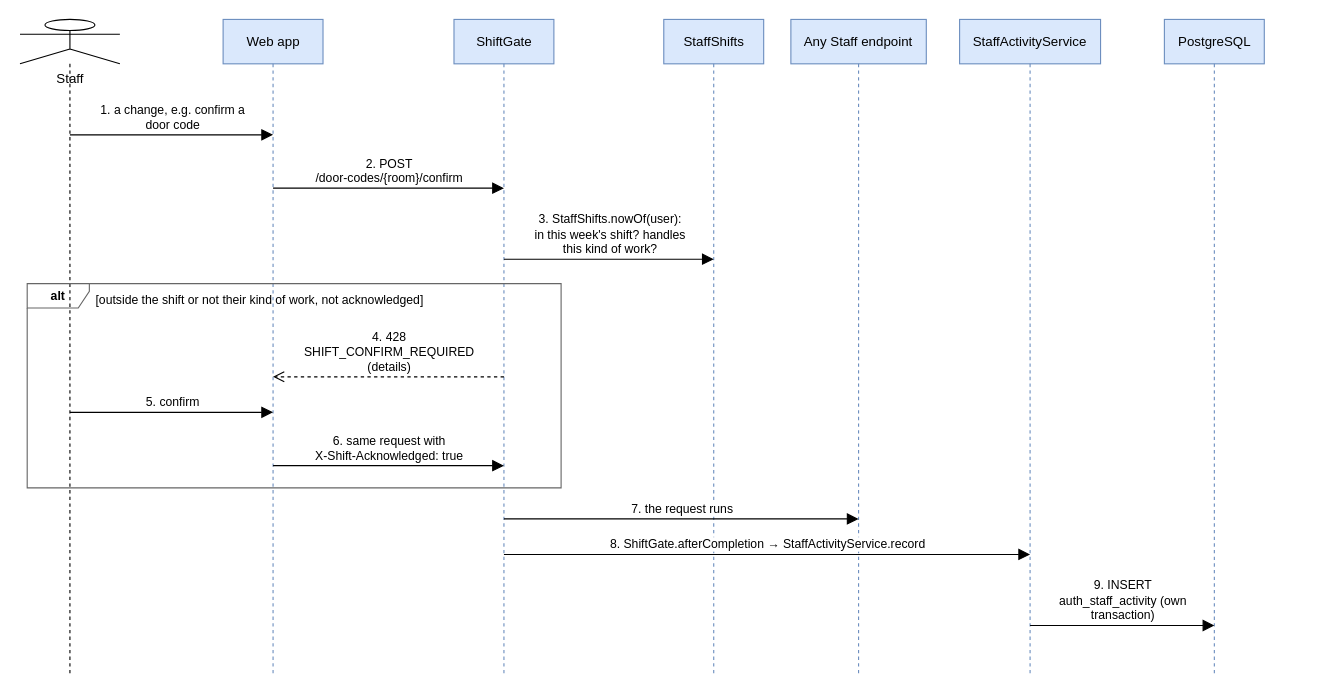
Earlier version of the draw.io diagram docs/Diagrams/07_Sequence/seq-21-staff-shift-gate.drawio (tisou47/CampusStay-FPT). Source tidied: cells renumbered, new cells numbered last; positions are measured from the earlier drawing's top-left corner, leaving out a move shared by most shapes. Both pictures are drawn from the tidied source at 111%, with x=0, y=0 at pixel (20, 19).
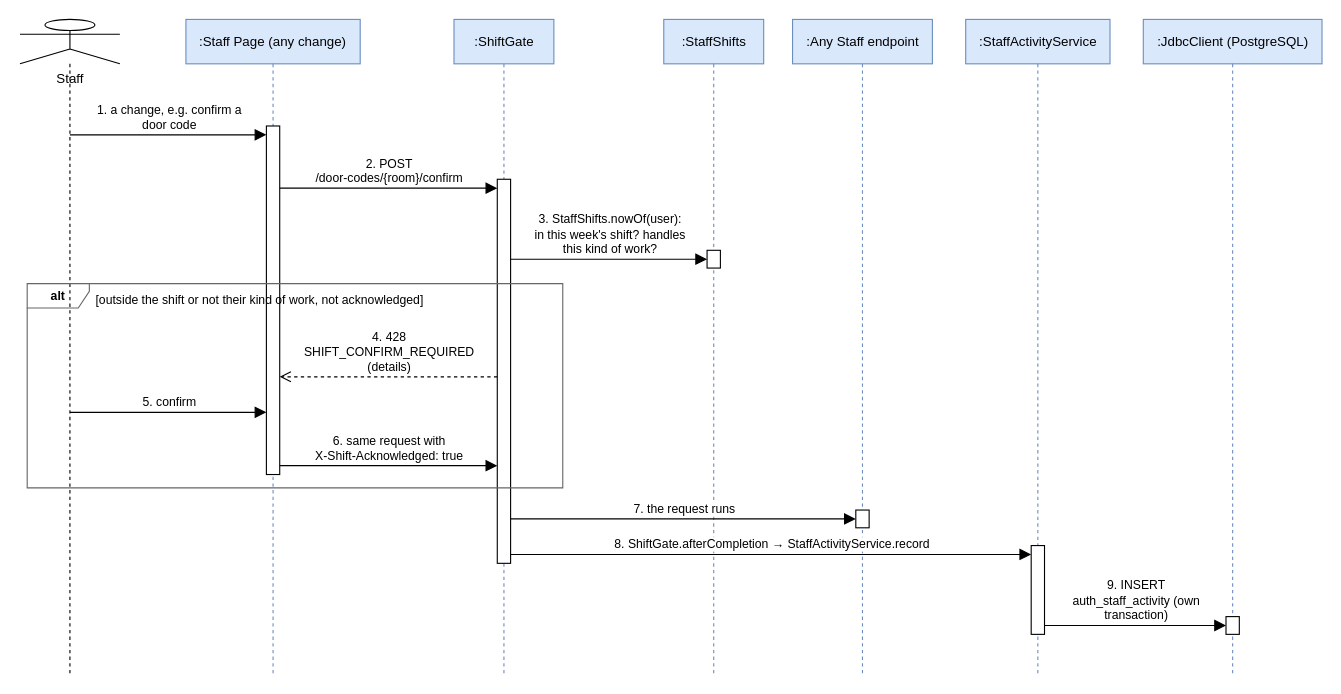
Above is the later version.

The edit, as a diff of the source:
```diff
@@
-    <mxCell id="3" value="Web app" style="shape=umlLifeline;perimeter=lifelinePerimeter;size=40;html=1;whiteSpace=wrap;fontSize=12;fontFamily=Helvetica;fillColor=#dae8fc;strokeColor=#6c8ebf;" parent="1" vertex="1">
-      <mxGeometry x="182.5" width="90" height="590" as="geometry" />
-    </mxCell>
+    <mxCell id="20" value=":Staff Page (any change)" style="shape=umlLifeline;perimeter=lifelinePerimeter;size=40;html=1;whiteSpace=wrap;fontSize=12;fontFamily=Helvetica;fillColor=#dae8fc;strokeColor=#6c8ebf;" parent="1" vertex="1">
+      <mxGeometry x="149" width="157" height="590" as="geometry" />
+    </mxCell>
-    <mxCell id="4" value="ShiftGate" style="shape=umlLifeline;perimeter=lifelinePerimeter;size=40;html=1;whiteSpace=wrap;fontSize=12;fontFamily=Helvetica;fillColor=#dae8fc;strokeColor=#6c8ebf;" parent="1" vertex="1">
+    <mxCell id="4" value=":ShiftGate" style="shape=umlLifeline;perimeter=lifelinePerimeter;size=40;html=1;whiteSpace=wrap;fontSize=12;fontFamily=Helvetica;fillColor=#dae8fc;strokeColor=#6c8ebf;" parent="1" vertex="1">
       <mxGeometry x="390.5" width="90" height="590" as="geometry" />
     </mxCell>
-    <mxCell id="5" value="StaffShifts" style="shape=umlLifeline;perimeter=lifelinePerimeter;size=40;html=1;whiteSpace=wrap;fontSize=12;fontFamily=Helvetica;fillColor=#dae8fc;strokeColor=#6c8ebf;" parent="1" vertex="1">
+    <mxCell id="5" value=":StaffShifts" style="shape=umlLifeline;perimeter=lifelinePerimeter;size=40;html=1;whiteSpace=wrap;fontSize=12;fontFamily=Helvetica;fillColor=#dae8fc;strokeColor=#6c8ebf;" parent="1" vertex="1">
       <mxGeometry x="579.5" width="90" height="590" as="geometry" />
     </mxCell>
-    <mxCell id="6" value="Any Staff endpoint" style="shape=umlLifeline;perimeter=lifelinePerimeter;size=40;html=1;whiteSpace=wrap;fontSize=12;fontFamily=Helvetica;fillColor=#dae8fc;strokeColor=#6c8ebf;" parent="1" vertex="1">
-      <mxGeometry x="694" width="122" height="590" as="geometry" />
+    <mxCell id="6" value=":Any Staff endpoint" style="shape=umlLifeline;perimeter=lifelinePerimeter;size=40;html=1;whiteSpace=wrap;fontSize=12;fontFamily=Helvetica;fillColor=#dae8fc;strokeColor=#6c8ebf;" parent="1" vertex="1">
+      <mxGeometry x="695.5" width="126" height="590" as="geometry" />
     </mxCell>
-    <mxCell id="7" value="StaffActivityService" style="shape=umlLifeline;perimeter=lifelinePerimeter;size=40;html=1;whiteSpace=wrap;fontSize=12;fontFamily=Helvetica;fillColor=#dae8fc;strokeColor=#6c8ebf;" parent="1" vertex="1">
-      <mxGeometry x="846" width="127" height="590" as="geometry" />
+    <mxCell id="7" value=":StaffActivityService" style="shape=umlLifeline;perimeter=lifelinePerimeter;size=40;html=1;whiteSpace=wrap;fontSize=12;fontFamily=Helvetica;fillColor=#dae8fc;strokeColor=#6c8ebf;" parent="1" vertex="1">
+      <mxGeometry x="851.5" width="130" height="590" as="geometry" />
     </mxCell>
-    <mxCell id="8" value="PostgreSQL" style="shape=umlLifeline;perimeter=lifelinePerimeter;size=40;html=1;whiteSpace=wrap;fontSize=12;fontFamily=Helvetica;fillColor=#dae8fc;strokeColor=#6c8ebf;" parent="1" vertex="1">
-      <mxGeometry x="1030.5" width="90" height="590" as="geometry" />
+    <mxCell id="8" value=":JdbcClient (PostgreSQL)" style="shape=umlLifeline;perimeter=lifelinePerimeter;size=40;html=1;whiteSpace=wrap;fontSize=12;fontFamily=Helvetica;fillColor=#dae8fc;strokeColor=#6c8ebf;" parent="1" vertex="1">
+      <mxGeometry x="1011.5" width="161" height="590" as="geometry" />
     </mxCell>
-    <mxCell id="9" value="1. a change, e.g. confirm a&lt;br&gt;door code" style="html=1;rounded=1;fontSize=11;fontFamily=Helvetica;labelBackgroundColor=#ffffff;verticalAlign=bottom;endArrow=block;endFill=1;endSize=8;" parent="1" edge="1">
-      <mxGeometry relative="1" as="geometry">
-        <mxPoint x="44.5" y="104" as="sourcePoint" />
-        <mxPoint x="227.5" y="104" as="targetPoint" />
-      </mxGeometry>
+    <mxCell id="9" style="rounded=0;whiteSpace=wrap;html=1;fillColor=#FFFFFF;strokeColor=#000000;" parent="1" vertex="1">
+      <mxGeometry x="221.5" y="96" width="12" height="314" as="geometry" />
     </mxCell>
-    <mxCell id="10" value="2. POST&lt;br&gt;/door-codes/{room}/confirm" style="html=1;rounded=1;fontSize=11;fontFamily=Helvetica;labelBackgroundColor=#ffffff;verticalAlign=bottom;endArrow=block;endFill=1;endSize=8;" parent="1" edge="1">
-      <mxGeometry relative="1" as="geometry">
-        <mxPoint x="227.5" y="152" as="sourcePoint" />
-        <mxPoint x="435.5" y="152" as="targetPoint" />
-      </mxGeometry>
+    <mxCell id="10" style="rounded=0;whiteSpace=wrap;html=1;fillColor=#FFFFFF;strokeColor=#000000;" parent="1" vertex="1">
+      <mxGeometry x="429.5" y="144" width="12" height="346" as="geometry" />
     </mxCell>
-    <mxCell id="11" value="3. StaffShifts.nowOf(user):&lt;br&gt;in this week's shift? handles&lt;br&gt;this kind of work?" style="html=1;rounded=1;fontSize=11;fontFamily=Helvetica;labelBackgroundColor=#ffffff;verticalAlign=bottom;endArrow=block;endFill=1;endSize=8;" parent="1" edge="1">
-      <mxGeometry relative="1" as="geometry">
-        <mxPoint x="435.5" y="216" as="sourcePoint" />
-        <mxPoint x="624.5" y="216" as="targetPoint" />
-      </mxGeometry>
+    <mxCell id="11" style="rounded=0;whiteSpace=wrap;html=1;fillColor=#FFFFFF;strokeColor=#000000;" parent="1" vertex="1">
+      <mxGeometry x="618.5" y="208" width="12" height="16" as="geometry" />
     </mxCell>
-    <mxCell id="12" value="4. 428&lt;br&gt;SHIFT_CONFIRM_REQUIRED&lt;br&gt;(details)" style="html=1;rounded=1;fontSize=11;fontFamily=Helvetica;labelBackgroundColor=#ffffff;verticalAlign=bottom;dashed=1;endArrow=open;endFill=0;endSize=8;" parent="1" edge="1">
-      <mxGeometry relative="1" as="geometry">
-        <mxPoint x="435.5" y="322" as="sourcePoint" />
-        <mxPoint x="227.5" y="322" as="targetPoint" />
-      </mxGeometry>
+    <mxCell id="12" style="rounded=0;whiteSpace=wrap;html=1;fillColor=#FFFFFF;strokeColor=#000000;" parent="1" vertex="1">
+      <mxGeometry x="752.5" y="442" width="12" height="16" as="geometry" />
     </mxCell>
-    <mxCell id="13" value="5. confirm" style="html=1;rounded=1;fontSize=11;fontFamily=Helvetica;labelBackgroundColor=#ffffff;verticalAlign=bottom;endArrow=block;endFill=1;endSize=8;" parent="1" edge="1">
-      <mxGeometry relative="1" as="geometry">
-        <mxPoint x="44.5" y="354" as="sourcePoint" />
-        <mxPoint x="227.5" y="354" as="targetPoint" />
-      </mxGeometry>
+    <mxCell id="13" style="rounded=0;whiteSpace=wrap;html=1;fillColor=#FFFFFF;strokeColor=#000000;" parent="1" vertex="1">
+      <mxGeometry x="910.5" y="474" width="12" height="80" as="geometry" />
     </mxCell>
-    <mxCell id="14" value="6. same request with&lt;br&gt;X-Shift-Acknowledged: true" style="html=1;rounded=1;fontSize=11;fontFamily=Helvetica;labelBackgroundColor=#ffffff;verticalAlign=bottom;endArrow=block;endFill=1;endSize=8;" parent="1" edge="1">
-      <mxGeometry relative="1" as="geometry">
-        <mxPoint x="227.5" y="402" as="sourcePoint" />
-        <mxPoint x="435.5" y="402" as="targetPoint" />
-      </mxGeometry>
+    <mxCell id="14" style="rounded=0;whiteSpace=wrap;html=1;fillColor=#FFFFFF;strokeColor=#000000;" parent="1" vertex="1">
+      <mxGeometry x="1086" y="538" width="12" height="16" as="geometry" />
     </mxCell>
-    <mxCell id="15" value="alt" style="shape=umlFrame;whiteSpace=wrap;html=1;width=56;height=22;fontSize=11;fontStyle=1;fillColor=none;strokeColor=#666666;" parent="1" vertex="1">
-      <mxGeometry x="6" y="238" width="481" height="184" as="geometry" />
+    <mxCell id="15" value="1. a change, e.g. confirm a&lt;br&gt;door code" style="html=1;rounded=1;fontSize=11;fontFamily=Helvetica;labelBackgroundColor=#ffffff;verticalAlign=bottom;endArrow=block;endFill=1;endSize=8;" parent="1" edge="1">
+      <mxGeometry relative="1" as="geometry">
+        <mxPoint x="44.5" y="104" as="sourcePoint" />
+        <mxPoint x="221.5" y="104" as="targetPoint" />
+      </mxGeometry>
     </mxCell>
-    <mxCell id="16" value="[outside the shift or not their kind of work, not acknowledged]" style="text;html=1;whiteSpace=wrap;fontSize=12;fontFamily=Helvetica;align=left;verticalAlign=top;fillColor=none;strokeColor=none;fontSize=11;" parent="1" vertex="1">
-      <mxGeometry x="66" y="240" width="345.5" height="20" as="geometry" />
+    <mxCell id="16" value="2. POST&lt;br&gt;/door-codes/{room}/confirm" style="html=1;rounded=1;fontSize=11;fontFamily=Helvetica;labelBackgroundColor=#ffffff;verticalAlign=bottom;endArrow=block;endFill=1;endSize=8;" parent="1" edge="1">
+      <mxGeometry relative="1" as="geometry">
+        <mxPoint x="233.5" y="152" as="sourcePoint" />
+        <mxPoint x="429.5" y="152" as="targetPoint" />
+      </mxGeometry>
     </mxCell>
-    <mxCell id="17" value="7. the request runs" style="html=1;rounded=1;fontSize=11;fontFamily=Helvetica;labelBackgroundColor=#ffffff;verticalAlign=bottom;endArrow=block;endFill=1;endSize=8;" parent="1" edge="1">
+    <mxCell id="17" value="3. StaffShifts.nowOf(user):&lt;br&gt;in this week's shift? handles&lt;br&gt;this kind of work?" style="html=1;rounded=1;fontSize=11;fontFamily=Helvetica;labelBackgroundColor=#ffffff;verticalAlign=bottom;endArrow=block;endFill=1;endSize=8;" parent="1" edge="1">
       <mxGeometry relative="1" as="geometry">
-        <mxPoint x="435.5" y="450" as="sourcePoint" />
-        <mxPoint x="755" y="450" as="targetPoint" />
+        <mxPoint x="441.5" y="216" as="sourcePoint" />
+        <mxPoint x="618.5" y="216" as="targetPoint" />
       </mxGeometry>
     </mxCell>
-    <mxCell id="18" value="8. ShiftGate.afterCompletion → StaffActivityService.record" style="html=1;rounded=1;fontSize=11;fontFamily=Helvetica;labelBackgroundColor=#ffffff;verticalAlign=bottom;endArrow=block;endFill=1;endSize=8;" parent="1" edge="1">
+    <mxCell id="18" value="4. 428&lt;br&gt;SHIFT_CONFIRM_REQUIRED&lt;br&gt;(details)" style="html=1;rounded=1;fontSize=11;fontFamily=Helvetica;labelBackgroundColor=#ffffff;verticalAlign=bottom;dashed=1;endArrow=open;endFill=0;endSize=8;" parent="1" edge="1">
       <mxGeometry relative="1" as="geometry">
-        <mxPoint x="435.5" y="482" as="sourcePoint" />
-        <mxPoint x="909.5" y="482" as="targetPoint" />
+        <mxPoint x="429.5" y="322" as="sourcePoint" />
+        <mxPoint x="233.5" y="322" as="targetPoint" />
       </mxGeometry>
     </mxCell>
-    <mxCell id="19" value="9. INSERT&lt;br&gt;auth_staff_activity (own&lt;br&gt;transaction)" style="html=1;rounded=1;fontSize=11;fontFamily=Helvetica;labelBackgroundColor=#ffffff;verticalAlign=bottom;endArrow=block;endFill=1;endSize=8;" parent="1" edge="1">
+    <mxCell id="19" value="5. confirm" style="html=1;rounded=1;fontSize=11;fontFamily=Helvetica;labelBackgroundColor=#ffffff;verticalAlign=bottom;endArrow=block;endFill=1;endSize=8;" parent="1" edge="1">
       <mxGeometry relative="1" as="geometry">
-        <mxPoint x="909.5" y="546" as="sourcePoint" />
-        <mxPoint x="1075.5" y="546" as="targetPoint" />
+        <mxPoint x="44.5" y="354" as="sourcePoint" />
+        <mxPoint x="221.5" y="354" as="targetPoint" />
       </mxGeometry>
     </mxCell>
+    <mxCell id="21" value="6. same request with&lt;br&gt;X-Shift-Acknowledged: true" style="html=1;rounded=1;fontSize=11;fontFamily=Helvetica;labelBackgroundColor=#ffffff;verticalAlign=bottom;endArrow=block;endFill=1;endSize=8;" parent="1" edge="1">
+      <mxGeometry relative="1" as="geometry">
+        <mxPoint x="233.5" y="402" as="sourcePoint" />
+        <mxPoint x="429.5" y="402" as="targetPoint" />
+      </mxGeometry>
+    </mxCell>
+    <mxCell id="22" value="alt" style="shape=umlFrame;whiteSpace=wrap;html=1;width=56;height=22;fontSize=11;fontStyle=1;fillColor=none;strokeColor=#666666;" parent="1" vertex="1">
+      <mxGeometry x="6" y="238" width="482.5" height="184" as="geometry" />
+    </mxCell>
+    <mxCell id="23" value="[outside the shift or not their kind of work, not acknowledged]" style="text;html=1;whiteSpace=wrap;fontSize=12;fontFamily=Helvetica;align=left;verticalAlign=top;fillColor=none;strokeColor=none;fontSize=11;" parent="1" vertex="1">
+      <mxGeometry x="66" y="240" width="345.5" height="20" as="geometry" />
+    </mxCell>
+    <mxCell id="24" value="7. the request runs" style="html=1;rounded=1;fontSize=11;fontFamily=Helvetica;labelBackgroundColor=#ffffff;verticalAlign=bottom;endArrow=block;endFill=1;endSize=8;" parent="1" edge="1">
+      <mxGeometry relative="1" as="geometry">
+        <mxPoint x="441.5" y="450" as="sourcePoint" />
+        <mxPoint x="752.5" y="450" as="targetPoint" />
+      </mxGeometry>
+    </mxCell>
+    <mxCell id="25" value="8. ShiftGate.afterCompletion → StaffActivityService.record" style="html=1;rounded=1;fontSize=11;fontFamily=Helvetica;labelBackgroundColor=#ffffff;verticalAlign=bottom;endArrow=block;endFill=1;endSize=8;" parent="1" edge="1">
+      <mxGeometry relative="1" as="geometry">
+        <mxPoint x="441.5" y="482" as="sourcePoint" />
+        <mxPoint x="910.5" y="482" as="targetPoint" />
+      </mxGeometry>
+    </mxCell>
+    <mxCell id="26" value="9. INSERT&lt;br&gt;auth_staff_activity (own&lt;br&gt;transaction)" style="html=1;rounded=1;fontSize=11;fontFamily=Helvetica;labelBackgroundColor=#ffffff;verticalAlign=bottom;endArrow=block;endFill=1;endSize=8;" parent="1" edge="1">
+      <mxGeometry relative="1" as="geometry">
+        <mxPoint x="922.5" y="546" as="sourcePoint" />
+        <mxPoint x="1086" y="546" as="targetPoint" />
+      </mxGeometry>
+    </mxCell>
```
